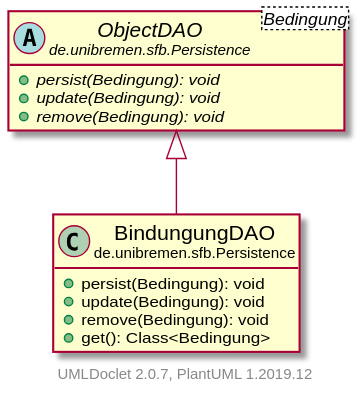
The PlantUML diagram doc/UML/modulsichtSVG/BindungungDAO.svg in fkehlenb/softwareprojekt-2, before a commit.
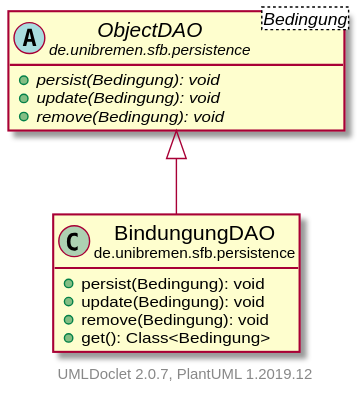
The same file after the commit.

Change to the diagram source:
```diff
@@ -3,20 +3,20 @@
     hide empty fields
     hide empty methods
 
-    class "<size:14>BindungungDAO\n<size:10>de.unibremen.sfb.Persistence" as de.unibremen.sfb.Persistence.BindungungDAO [[BindungungDAO.html]] {
+    class "<size:14>BindungungDAO\n<size:10>de.unibremen.sfb.persistence" as de.unibremen.sfb.persistence.BindungungDAO [[BindungungDAO.html]] {
         +persist(Bedingung): void
         +update(Bedingung): void
         +remove(Bedingung): void
         +get(): Class<Bedingung>
     }
 
-    abstract class "<size:14>ObjectDAO\n<size:10>de.unibremen.sfb.Persistence" as de.unibremen.sfb.Persistence.ObjectDAO<Bedingung> [[ObjectDAO.html]] {
+    abstract class "<size:14>ObjectDAO\n<size:10>de.unibremen.sfb.persistence" as de.unibremen.sfb.persistence.ObjectDAO<Bedingung> [[ObjectDAO.html]] {
         {abstract} +persist(Bedingung): void
         {abstract} +update(Bedingung): void
         {abstract} +remove(Bedingung): void
     }
 
-    de.unibremen.sfb.Persistence.ObjectDAO <|-- de.unibremen.sfb.Persistence.BindungungDAO
+    de.unibremen.sfb.persistence.ObjectDAO <|-- de.unibremen.sfb.persistence.BindungungDAO
 
     center footer UMLDoclet 2.0.7, PlantUML 1.2019.12
 @enduml
```
